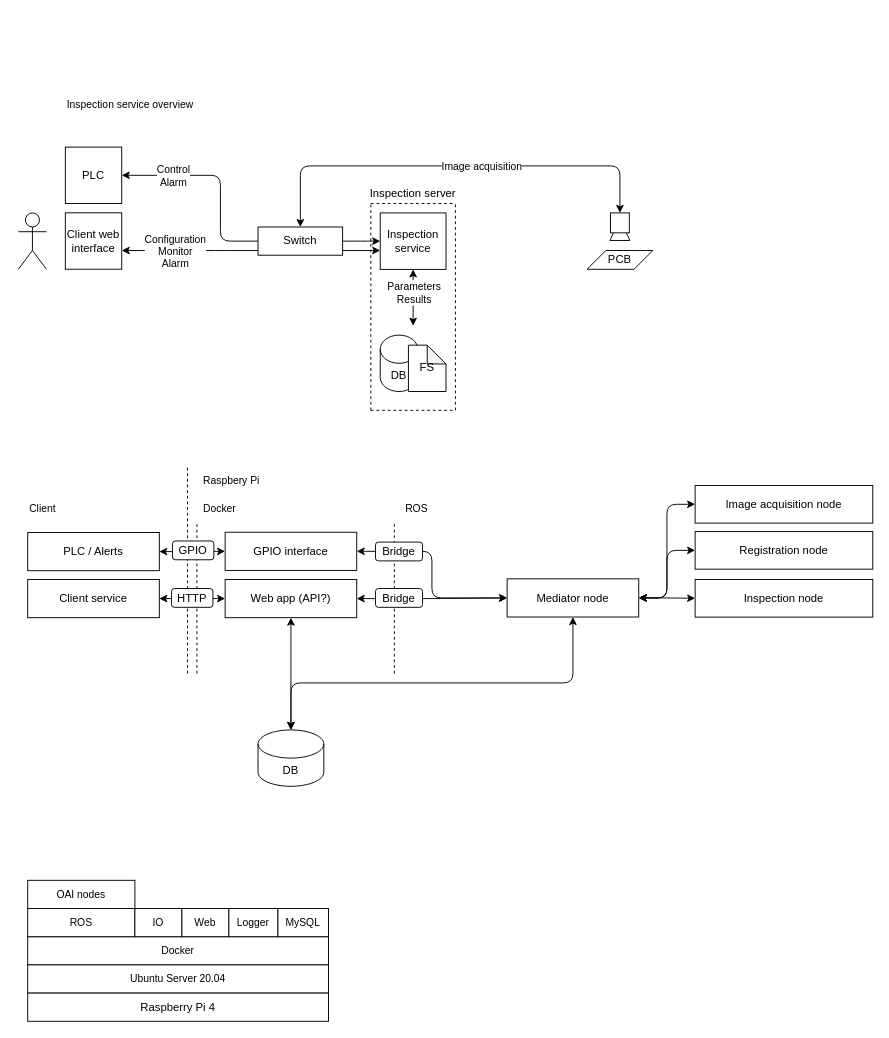
Before: page "System architecture overview" (1 of 5) of design.drawio in ChrnyaevEK/open-aoi, a draw.io diagram. Source tidied: cells renumbered, new cells numbered last; positions are measured from the earlier drawing's top-left corner, leaving out a move shared by most shapes. Both pictures are drawn from the tidied source at 94%, with x=0, y=0 at pixel (18, 90).
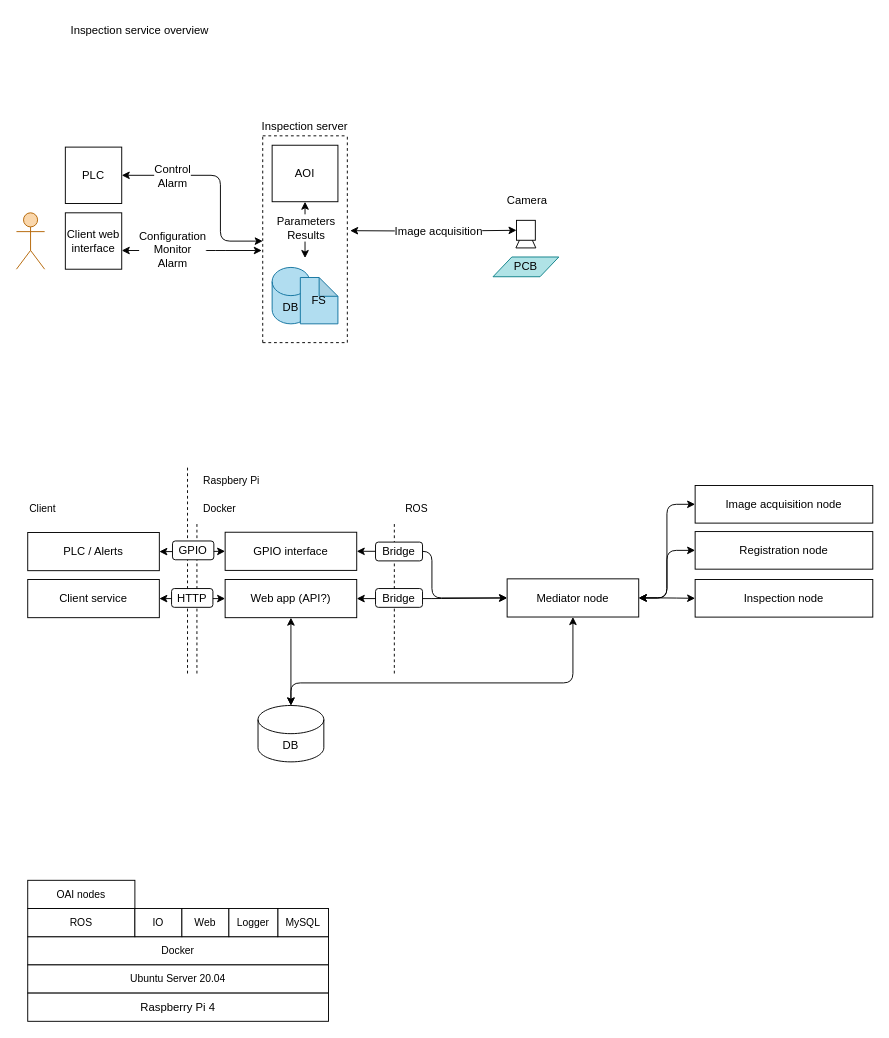
After the change.

Diff of the diagram source:
```diff
@@
-    <mxCell id="3" style="shape=umlActor;verticalLabelPosition=bottom;verticalAlign=top;html=1;" parent="1" vertex="1">
-      <mxGeometry y="130" width="30" height="60" as="geometry" />
+    <mxCell id="3" style="shape=umlActor;verticalLabelPosition=bottom;verticalAlign=top;html=1;fontSize=12;fillColor=#fad7ac;strokeColor=#b46504;" parent="1" vertex="1">
+      <mxGeometry x="-2" y="129.9" width="30" height="60" as="geometry" />
     </mxCell>
-    <mxCell id="4" style="edgeStyle=orthogonalEdgeStyle;jumpStyle=none;html=1;startArrow=classic;startFill=1;fillColor=default;" parent="1" edge="1" source="6" target="11">
+    <mxCell id="4" style="edgeStyle=orthogonalEdgeStyle;jumpStyle=none;html=1;startArrow=classic;startFill=1;fillColor=default;fontSize=12;" parent="1" edge="1" source="6">
       <mxGeometry relative="1" as="geometry">
+        <mxPoint x="259" y="170" as="targetPoint" />
         <Array as="points">
           <mxPoint x="210" y="170" />
           <mxPoint x="210" y="170" />
         </Array>
       </mxGeometry>
     </mxCell>
-    <mxCell id="5" value="Configuration&lt;br&gt;Monitor&lt;br&gt;Alarm" style="edgeLabel;html=1;align=center;verticalAlign=middle;" parent="4" vertex="1">
+    <mxCell id="5" value="Configuration&lt;br style=&quot;font-size: 12px;&quot;&gt;Monitor&lt;br style=&quot;font-size: 12px;&quot;&gt;Alarm" style="edgeLabel;html=1;align=center;verticalAlign=middle;fontSize=12;" parent="4" vertex="1">
       <mxGeometry x="0.2" relative="1" as="geometry">
-        <mxPoint x="-109" as="offset" />
+        <mxPoint x="-36" y="-2" as="offset" />
       </mxGeometry>
     </mxCell>
-    <mxCell id="6" value="Client web interface" style="rounded=0;whiteSpace=wrap;html=1;fillColor=default;" parent="1" vertex="1">
+    <mxCell id="6" value="Client web interface" style="rounded=0;whiteSpace=wrap;html=1;fillColor=default;fontSize=12;" parent="1" vertex="1">
       <mxGeometry x="50" y="129.9" width="60" height="60" as="geometry" />
     </mxCell>
-    <mxCell id="7" style="edgeStyle=orthogonalEdgeStyle;jumpStyle=none;html=1;entryX=0.5;entryY=0;entryDx=0;entryDy=0;startArrow=classic;startFill=1;fillColor=default;exitX=0.5;exitY=0;exitDx=0;exitDy=0;" parent="1" edge="1" source="64" target="16">
+    <mxCell id="7" style="edgeStyle=orthogonalEdgeStyle;jumpStyle=none;html=1;entryX=0;entryY=0.5;entryDx=0;entryDy=0;startArrow=classic;startFill=1;fillColor=default;fontSize=12;" parent="1" edge="1" target="16">
       <mxGeometry relative="1" as="geometry">
-        <Array as="points">
-          <mxPoint x="300" y="80" />
-          <mxPoint x="640" y="80" />
-        </Array>
+        <mxPoint x="353" y="148.9" as="sourcePoint" />
       </mxGeometry>
     </mxCell>
-    <mxCell id="8" value="Image acquisition" style="edgeLabel;html=1;align=center;verticalAlign=middle;fontSize=11;" parent="7" vertex="1">
+    <mxCell id="8" value="Image acquisition" style="edgeLabel;html=1;align=center;verticalAlign=middle;fontSize=12;" parent="7" vertex="1">
       <mxGeometry x="-0.03" y="1" relative="1" as="geometry">
-        <mxPoint x="36" y="1" as="offset" />
+        <mxPoint x="7" y="1" as="offset" />
       </mxGeometry>
     </mxCell>
-    <mxCell id="9" style="edgeStyle=orthogonalEdgeStyle;jumpStyle=none;html=1;startArrow=classic;startFill=1;fillColor=default;" parent="1" edge="1" source="11">
+    <mxCell id="9" style="edgeStyle=orthogonalEdgeStyle;jumpStyle=none;html=1;startArrow=classic;startFill=1;fillColor=default;fontSize=12;" parent="1" edge="1" source="11">
       <mxGeometry relative="1" as="geometry">
-        <mxPoint x="420" y="250" as="targetPoint" />
+        <mxPoint x="305" y="178" as="targetPoint" />
       </mxGeometry>
     </mxCell>
-    <mxCell id="10" value="Parameters&lt;br&gt;Results" style="edgeLabel;html=1;align=center;verticalAlign=middle;" parent="9" vertex="1">
+    <mxCell id="10" value="Parameters&lt;br style=&quot;font-size: 12px;&quot;&gt;Results" style="edgeLabel;html=1;align=center;verticalAlign=middle;fontSize=12;" parent="9" vertex="1">
       <mxGeometry x="0.21" y="1" relative="1" as="geometry">
-        <mxPoint x="-1" y="-12" as="offset" />
+        <mxPoint x="-1" y="-9" as="offset" />
       </mxGeometry>
     </mxCell>
-    <mxCell id="11" value="Inspection service" style="rounded=0;whiteSpace=wrap;html=1;fillColor=default;" parent="1" vertex="1">
-      <mxGeometry x="385" y="130" width="70" height="60.1" as="geometry" />
+    <mxCell id="11" value="AOI" style="rounded=0;whiteSpace=wrap;html=1;fillColor=default;fontSize=12;" parent="1" vertex="1">
+      <mxGeometry x="270" y="58" width="70" height="60.1" as="geometry" />
     </mxCell>
-    <mxCell id="12" value="DB" style="shape=cylinder3;whiteSpace=wrap;html=1;boundedLbl=1;backgroundOutline=1;size=15;" parent="1" vertex="1">
-      <mxGeometry x="385" y="260" width="40" height="60" as="geometry" />
+    <mxCell id="12" value="DB" style="shape=cylinder3;whiteSpace=wrap;html=1;boundedLbl=1;backgroundOutline=1;size=15;fontSize=12;fillColor=#b1ddf0;strokeColor=#10739e;" parent="1" vertex="1">
+      <mxGeometry x="270" y="188" width="40" height="60" as="geometry" />
     </mxCell>
-    <mxCell id="13" style="group;" parent="1" vertex="1">
-      <mxGeometry x="605" y="130" width="70" height="60" as="geometry" />
+    <mxCell id="13" style="group;fontSize=12;" parent="1" vertex="1">
+      <mxGeometry x="505" y="137.9" width="70" height="60" as="geometry" />
     </mxCell>
-    <mxCell id="14" style="group;" parent="13" vertex="1">
+    <mxCell id="14" style="group;fontSize=12;" parent="13" vertex="1">
       <mxGeometry x="25" width="20" height="30" as="geometry" />
     </mxCell>
-    <mxCell id="15" style="triangle;whiteSpace=wrap;html=1;rotation=-90;" parent="14" vertex="1">
+    <mxCell id="15" style="triangle;whiteSpace=wrap;html=1;rotation=-90;fontSize=12;" parent="14" vertex="1">
       <mxGeometry x="-1.7" y="7.1" width="23.3" height="21.2" as="geometry" />
     </mxCell>
-    <mxCell id="16" style="rounded=0;whiteSpace=wrap;html=1;" parent="14" vertex="1">
+    <mxCell id="16" style="rounded=0;whiteSpace=wrap;html=1;fontSize=12;" parent="14" vertex="1">
       <mxGeometry width="20" height="21.2" as="geometry" />
     </mxCell>
-    <mxCell id="17" value="PCB" style="shape=parallelogram;perimeter=parallelogramPerimeter;whiteSpace=wrap;html=1;fixedSize=1;" parent="13" vertex="1">
-      <mxGeometry y="40" width="70" height="20" as="geometry" />
+    <mxCell id="17" value="PCB" style="shape=parallelogram;perimeter=parallelogramPerimeter;whiteSpace=wrap;html=1;fixedSize=1;fontSize=12;fillColor=#b0e3e6;strokeColor=#0e8088;" parent="13" vertex="1">
+      <mxGeometry y="39" width="70" height="21" as="geometry" />
     </mxCell>
-    <mxCell id="18" style="endArrow=none;dashed=1;html=1;fillColor=default;jumpStyle=none;" parent="1" edge="1">
+    <mxCell id="18" style="endArrow=none;dashed=1;html=1;fillColor=default;jumpStyle=none;fontSize=12;" parent="1" edge="1">
       <mxGeometry relative="1" as="geometry">
-        <mxPoint x="375" y="120" as="sourcePoint" />
-        <mxPoint x="465" y="120" as="targetPoint" />
+        <mxPoint x="260" y="48" as="sourcePoint" />
+        <mxPoint x="350" y="48" as="targetPoint" />
       </mxGeometry>
     </mxCell>
-    <mxCell id="19" style="endArrow=none;dashed=1;html=1;fillColor=default;jumpStyle=none;" parent="1" edge="1">
+    <mxCell id="19" style="endArrow=none;dashed=1;html=1;fillColor=default;jumpStyle=none;fontSize=12;" parent="1" edge="1">
       <mxGeometry relative="1" as="geometry">
-        <mxPoint x="375" y="340" as="sourcePoint" />
-        <mxPoint x="465" y="340" as="targetPoint" />
+        <mxPoint x="260" y="268" as="sourcePoint" />
+        <mxPoint x="350" y="268" as="targetPoint" />
       </mxGeometry>
     </mxCell>
-    <mxCell id="20" style="endArrow=none;dashed=1;html=1;fillColor=default;jumpStyle=none;" parent="1" edge="1">
+    <mxCell id="20" style="endArrow=none;dashed=1;html=1;fillColor=default;jumpStyle=none;fontSize=12;" parent="1" edge="1">
       <mxGeometry relative="1" as="geometry">
-        <mxPoint x="375" y="340" as="sourcePoint" />
-        <mxPoint x="375" y="120" as="targetPoint" />
+        <mxPoint x="260" y="268" as="sourcePoint" />
+        <mxPoint x="260" y="48" as="targetPoint" />
       </mxGeometry>
     </mxCell>
-    <mxCell id="21" style="endArrow=none;dashed=1;html=1;fillColor=default;jumpStyle=none;" parent="1" edge="1">
+    <mxCell id="21" style="endArrow=none;dashed=1;html=1;fillColor=default;jumpStyle=none;fontSize=12;" parent="1" edge="1">
       <mxGeometry relative="1" as="geometry">
-        <mxPoint x="465" y="340" as="sourcePoint" />
-        <mxPoint x="465" y="120" as="targetPoint" />
+        <mxPoint x="350" y="268" as="sourcePoint" />
+        <mxPoint x="350" y="48" as="targetPoint" />
       </mxGeometry>
     </mxCell>
-    <mxCell id="22" value="Inspection server" style="text;html=1;strokeColor=none;fillColor=none;align=center;verticalAlign=middle;whiteSpace=wrap;rounded=0;" parent="1" vertex="1">
-      <mxGeometry x="370" y="100" width="100" height="20" as="geometry" />
+    <mxCell id="22" value="Inspection server" style="text;html=1;strokeColor=none;fillColor=none;align=center;verticalAlign=middle;whiteSpace=wrap;rounded=0;fontSize=12;" parent="1" vertex="1">
+      <mxGeometry x="255" y="28" width="100" height="20" as="geometry" />
     </mxCell>
@@
-    <mxCell id="40" style="edgeStyle=orthogonalEdgeStyle;jumpStyle=none;html=1;entryX=0;entryY=0.5;entryDx=0;entryDy=0;fontSize=11;startArrow=none;startFill=1;fillColor=default;" parent="1" edge="1" source="64" target="11">
-      <mxGeometry relative="1" as="geometry" />
-    </mxCell>
-    <mxCell id="41" value="PLC" style="rounded=0;whiteSpace=wrap;html=1;fillColor=default;" parent="1" vertex="1">
+    <mxCell id="41" value="PLC" style="rounded=0;whiteSpace=wrap;html=1;fillColor=default;fontSize=12;" parent="1" vertex="1">
       <mxGeometry x="50" y="60" width="60" height="60" as="geometry" />
     </mxCell>
@@
-    <mxCell id="43" value="Inspection service overview" style="text;html=1;strokeColor=none;fillColor=none;align=left;verticalAlign=middle;whiteSpace=wrap;rounded=0;fontSize=11;" parent="1" vertex="1">
-      <mxGeometry x="50" width="170" height="30" as="geometry" />
+    <mxCell id="43" value="Inspection service overview" style="text;html=1;strokeColor=none;fillColor=none;align=left;verticalAlign=middle;whiteSpace=wrap;rounded=0;fontSize=12;" parent="1" vertex="1">
+      <mxGeometry x="54" y="-79" width="170" height="30" as="geometry" />
     </mxCell>
@@
     <mxCell id="52" value="DB" style="shape=cylinder3;whiteSpace=wrap;html=1;boundedLbl=1;backgroundOutline=1;size=15;" parent="1" vertex="1">
-      <mxGeometry x="255" y="680" width="70" height="60" as="geometry" />
+      <mxGeometry x="255" y="654" width="70" height="60" as="geometry" />
     </mxCell>
@@
-    <mxCell id="61" value="FS" style="shape=note;whiteSpace=wrap;html=1;backgroundOutline=1;darkOpacity=0.05;size=20;" parent="1" vertex="1">
-      <mxGeometry x="415" y="270.7" width="40" height="49.3" as="geometry" />
+    <mxCell id="61" value="FS" style="shape=note;whiteSpace=wrap;html=1;backgroundOutline=1;darkOpacity=0.05;size=20;fontSize=12;fillColor=#b1ddf0;strokeColor=#10739e;" parent="1" vertex="1">
+      <mxGeometry x="300" y="198.7" width="40" height="49.3" as="geometry" />
     </mxCell>
-    <mxCell id="62" style="edgeStyle=orthogonalEdgeStyle;jumpStyle=none;html=1;entryX=0;entryY=0.5;entryDx=0;entryDy=0;fontSize=11;startArrow=classic;startFill=1;fillColor=default;endArrow=none;" parent="1" edge="1" source="41" target="64">
+    <mxCell id="62" style="edgeStyle=orthogonalEdgeStyle;jumpStyle=none;html=1;fontSize=12;startArrow=classic;startFill=1;fillColor=default;endArrow=classic;endFill=1;" parent="1" edge="1" source="41">
       <mxGeometry relative="1" as="geometry">
+        <mxPoint x="260" y="160" as="targetPoint" />
         <Array as="points">
           <mxPoint x="215" y="90" />
           <mxPoint x="215" y="160" />
         </Array>
       </mxGeometry>
     </mxCell>
-    <mxCell id="63" value="Control&lt;br&gt;Alarm" style="edgeLabel;html=1;align=center;verticalAlign=middle;fontSize=11;" parent="62" vertex="1">
+    <mxCell id="63" value="Control&lt;br style=&quot;font-size: 12px;&quot;&gt;Alarm" style="edgeLabel;html=1;align=center;verticalAlign=middle;fontSize=12;" parent="62" vertex="1">
       <mxGeometry x="-0.69" relative="1" as="geometry">
-        <mxPoint x="21" as="offset" />
+        <mxPoint x="19" as="offset" />
       </mxGeometry>
     </mxCell>
-    <mxCell id="64" value="Switch" style="rounded=0;whiteSpace=wrap;html=1;strokeColor=default;" parent="1" vertex="1">
-      <mxGeometry x="255" y="145" width="90" height="30" as="geometry" />
-    </mxCell>
@@
+    <mxCell id="67" value="Camera" style="text;html=1;align=center;verticalAlign=middle;strokeColor=none;fillColor=none;fontSize=12;" parent="1" vertex="1">
+      <mxGeometry x="510.5" y="103.9" width="61" height="26" as="geometry" />
+    </mxCell>
```
